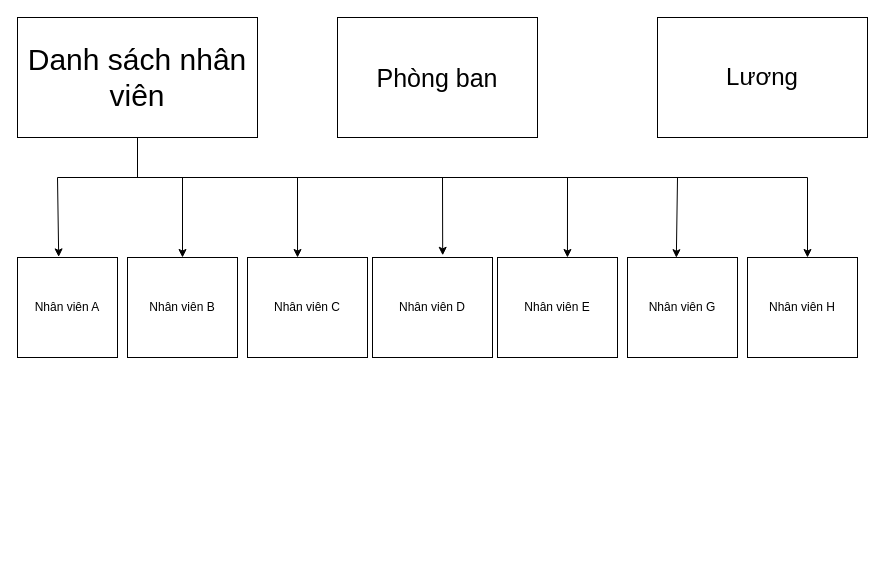
This is page "Nhân viên" (1 of 4) of src/ASM2.drawio from lenhanhao209/FUNIX-ASM-REACT, a draw.io file, before an edit. Source tidied: cells renumbered, new cells numbered last; positions are measured from the earlier drawing's top-left corner, leaving out a move shared by most shapes. Both pictures are drawn from the tidied source at 100%, with x=0, y=0 at pixel (17, 17).
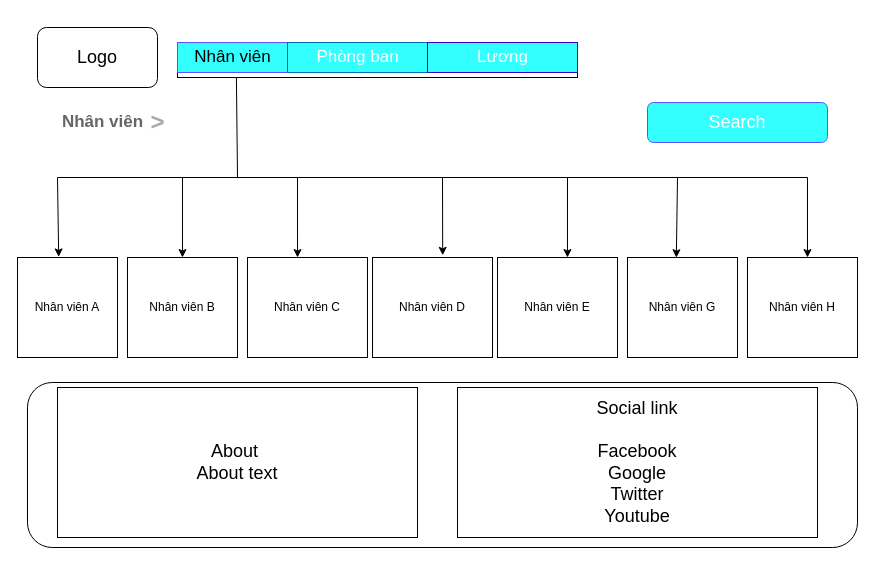
After the change.

Diff of the diagram source:
```diff
@@
-    <mxCell id="2" value="&lt;font style=&quot;font-size: 30px&quot;&gt;Danh sách nhân viên&lt;/font&gt;" style="rounded=0;whiteSpace=wrap;html=1;" parent="1" vertex="1">
-      <mxGeometry width="240" height="120" as="geometry" />
-    </mxCell>
@@
-    <mxCell id="10" value="&lt;font style=&quot;font-size: 25px&quot;&gt;Phòng ban&lt;/font&gt;" style="rounded=0;whiteSpace=wrap;html=1;" parent="1" vertex="1">
-      <mxGeometry x="320" width="200" height="120" as="geometry" />
-    </mxCell>
-    <mxCell id="11" value="&lt;font style=&quot;font-size: 24px&quot;&gt;Lương&lt;/font&gt;" style="rounded=0;whiteSpace=wrap;html=1;" parent="1" vertex="1">
-      <mxGeometry x="640" width="210" height="120" as="geometry" />
-    </mxCell>
-    <mxCell id="12" style="endArrow=none;html=1;fontSize=24;" parent="1" edge="1">
+    <mxCell id="12" style="endArrow=none;html=1;fontSize=24;entryX=0.535;entryY=0.987;entryDx=0;entryDy=0;entryPerimeter=0;" parent="1" edge="1" target="24">
       <mxGeometry relative="1" as="geometry">
-        <mxPoint x="120" y="160" as="sourcePoint" />
-        <mxPoint x="120" y="120" as="targetPoint" />
+        <mxPoint x="220" y="160" as="sourcePoint" />
       </mxGeometry>
     </mxCell>
@@
+    <mxCell id="21" style="edgeStyle=none;html=1;fontSize=18;fontColor=#FFFFFF;" parent="1" edge="1">
+      <mxGeometry relative="1" as="geometry">
+        <mxPoint x="260" y="395" as="sourcePoint" />
+        <mxPoint x="260" y="395" as="targetPoint" />
+      </mxGeometry>
+    </mxCell>
+    <mxCell id="22" value="Logo" style="rounded=1;whiteSpace=wrap;html=1;fontSize=18;" parent="1" vertex="1">
+      <mxGeometry x="20" y="10" width="120" height="60" as="geometry" />
+    </mxCell>
+    <mxCell id="23" style="strokeWidth=1;shadow=0;dashed=0;align=center;html=1;shape=mxgraph.mockup.forms.rrect;rSize=0;fontSize=18;gradientColor=none;" parent="1" vertex="1">
+      <mxGeometry x="160" y="25" width="400" height="35" as="geometry" />
+    </mxCell>
+    <mxCell id="24" value="Nhân viên" style="fillColor=#33FFFF;strokeWidth=1;shadow=0;dashed=0;align=center;html=1;shape=mxgraph.mockup.forms.rrect;rSize=0;fontSize=17;strokeColor=#5656FC;" parent="23" vertex="1">
+      <mxGeometry width="110" height="30" as="geometry" />
+    </mxCell>
+    <mxCell id="10" value="Phòng ban" style="strokeColor=#006EAF;fillColor=#33FFFF;strokeWidth=1;shadow=0;dashed=0;align=center;html=1;shape=mxgraph.mockup.forms.rrect;rSize=0;fontSize=17;fontColor=#ffffff;" parent="23" vertex="1">
+      <mxGeometry x="110" width="140" height="30" as="geometry" />
+    </mxCell>
+    <mxCell id="11" value="Lương" style="strokeColor=#3700CC;fillColor=#33FFFF;strokeWidth=1;shadow=0;dashed=0;align=center;html=1;shape=mxgraph.mockup.forms.rrect;rSize=0;fontSize=17;fontColor=#ffffff;" parent="23" vertex="1">
+      <mxGeometry x="250" width="150" height="30" as="geometry" />
+    </mxCell>
+    <mxCell id="25" style="edgeStyle=none;html=1;fontSize=18;" parent="23" edge="1" target="23">
+      <mxGeometry relative="1" as="geometry">
+        <mxPoint x="400" y="15" as="sourcePoint" />
+      </mxGeometry>
+    </mxCell>
+    <mxCell id="26" value="Nhân viên" style="strokeWidth=1;shadow=0;dashed=0;align=center;html=1;shape=mxgraph.mockup.navigation.anchor;fontSize=17;fontColor=#666666;fontStyle=1;fillColor=#33FFFF;" parent="1" vertex="1">
+      <mxGeometry x="40" y="90" width="90" height="30" as="geometry" />
+    </mxCell>
+    <mxCell id="27" value="&gt;" style="strokeWidth=1;shadow=0;dashed=0;align=center;html=1;shape=mxgraph.mockup.navigation.anchor;fontSize=24;fontColor=#aaaaaa;fontStyle=1;fillColor=#33FFFF;" parent="1" vertex="1">
+      <mxGeometry x="130" y="90" width="20" height="30" as="geometry" />
+    </mxCell>
+    <mxCell id="28" value="Search" style="rounded=1;whiteSpace=wrap;html=1;fontSize=18;fontColor=#FFFFFF;strokeColor=#5656FC;fillColor=#33FFFF;" parent="1" vertex="1">
+      <mxGeometry x="630" y="85" width="180" height="40" as="geometry" />
+    </mxCell>
+    <mxCell id="29" style="edgeStyle=none;html=1;fontSize=18;fontColor=#FFFFFF;" parent="1" edge="1">
+      <mxGeometry relative="1" as="geometry">
+        <mxPoint x="260" y="360" as="sourcePoint" />
+        <mxPoint x="260" y="360" as="targetPoint" />
+      </mxGeometry>
+    </mxCell>
+    <mxCell id="30" style="rounded=1;whiteSpace=wrap;html=1;fontSize=18;" parent="1" vertex="1">
+      <mxGeometry x="10" y="365" width="830" height="165" as="geometry" />
+    </mxCell>
+    <mxCell id="31" value="About&amp;nbsp;&lt;br&gt;About text" style="rounded=0;whiteSpace=wrap;html=1;fontSize=18;" parent="1" vertex="1">
+      <mxGeometry x="40" y="370" width="360" height="150" as="geometry" />
+    </mxCell>
+    <mxCell id="32" value="Social link&lt;br&gt;&lt;br&gt;Facebook&lt;br&gt;Google&lt;br&gt;Twitter&lt;br&gt;Youtube&lt;br&gt;" style="rounded=0;whiteSpace=wrap;html=1;fontSize=18;" parent="1" vertex="1">
+      <mxGeometry x="440" y="370" width="360" height="150" as="geometry" />
+    </mxCell>
```
